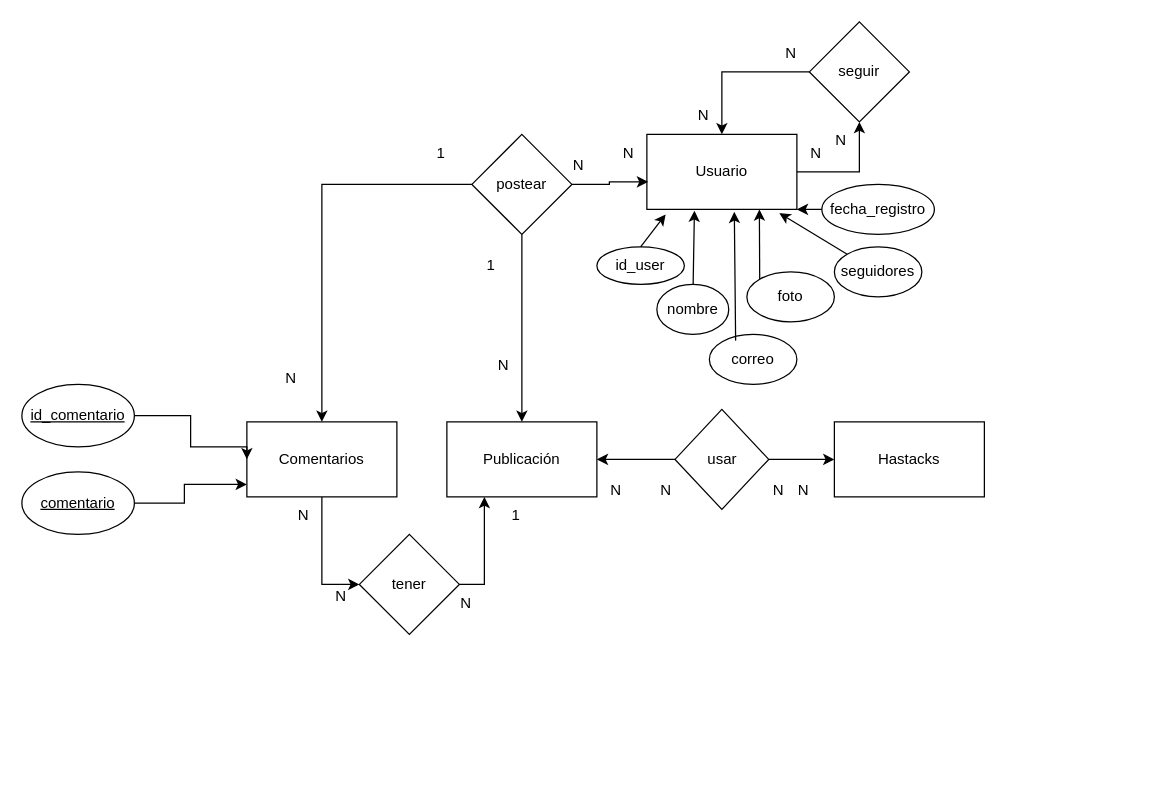
adriii28/amr-tsys-C3U12-11102023 keeps this draw.io diagram as ej16.drawio. Above is the earlier version. Source tidied: cells renumbered, new cells numbered last; positions are measured from the earlier drawing's top-left corner, leaving out a move shared by most shapes. Both pictures are drawn from the tidied source at 125%, with x=0, y=0 at pixel (21, 21).
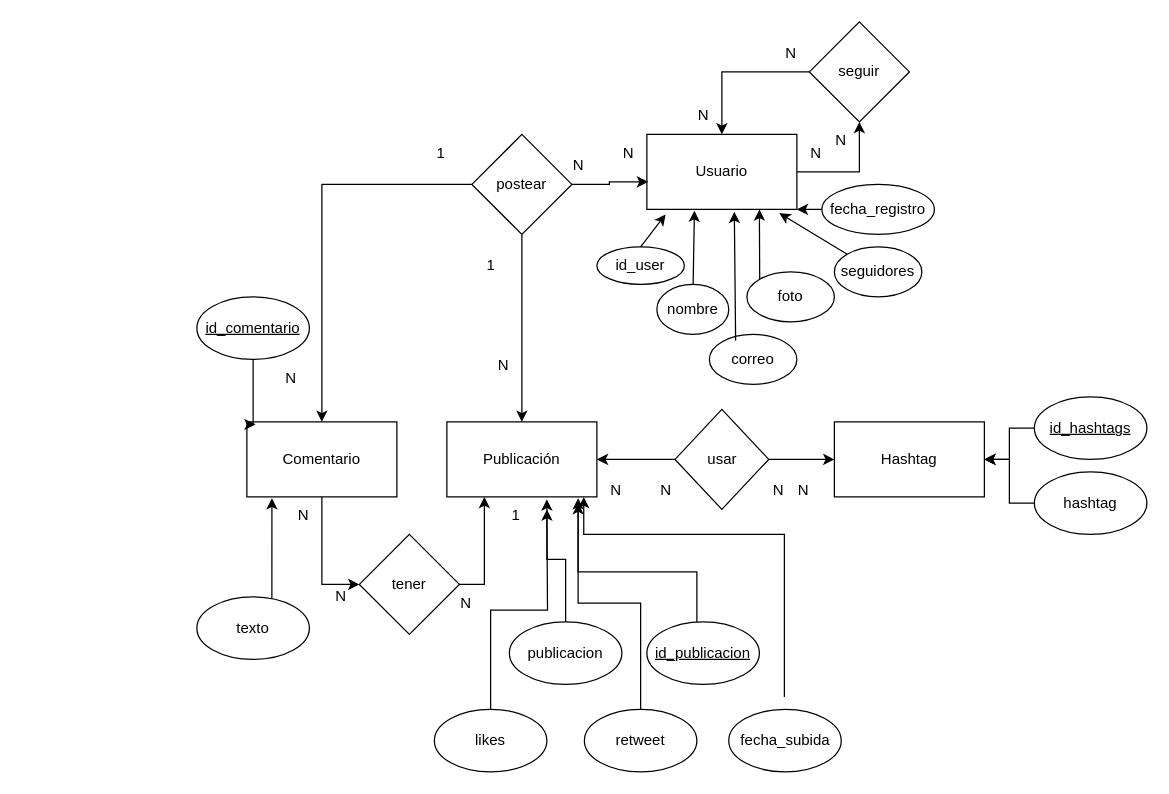
After the change.

Unchanged cells that the change refers to:
```xml
<mxCell id="4" value="Publicación" style="rounded=0;whiteSpace=wrap;html=1;" parent="1" vertex="1">
  <mxGeometry x="340" y="320" width="120" height="60" as="geometry" />
</mxCell>
```

Diff of the diagram source:
```diff
@@
-    <mxCell id="5" value="&lt;div&gt;Hastacks&lt;/div&gt;" style="rounded=0;whiteSpace=wrap;html=1;" parent="1" vertex="1">
+    <mxCell id="5" value="&lt;div&gt;Hashtag&lt;/div&gt;" style="rounded=0;whiteSpace=wrap;html=1;" parent="1" vertex="1">
       <mxGeometry x="650" y="320" width="120" height="60" as="geometry" />
     </mxCell>
@@
-    <mxCell id="36" value="Comentarios" style="rounded=0;whiteSpace=wrap;html=1;" parent="1" vertex="1">
+    <mxCell id="36" value="&lt;div&gt;Comentario&lt;/div&gt;" style="rounded=0;whiteSpace=wrap;html=1;" parent="1" vertex="1">
       <mxGeometry x="180" y="320" width="120" height="60" as="geometry" />
     </mxCell>
@@
-    <mxCell id="46" style="edgeStyle=orthogonalEdgeStyle;rounded=0;jettySize=auto;html=1;entryX=0;entryY=0.5;entryDx=0;entryDy=0;" parent="1" edge="1" source="48" target="36">
+    <mxCell id="46" style="edgeStyle=orthogonalEdgeStyle;rounded=0;jettySize=auto;html=1;entryX=0.058;entryY=0.033;entryDx=0;entryDy=0;entryPerimeter=0;" parent="1" edge="1" source="48" target="36">
       <mxGeometry relative="1" as="geometry">
         <Array as="points">
-          <mxPoint x="135" y="315" />
-          <mxPoint x="135" y="340" />
-          <mxPoint x="180" y="340" />
+          <mxPoint x="185" y="322" />
         </Array>
       </mxGeometry>
     </mxCell>
@@
     <mxCell id="48" value="&lt;u&gt;id_comentario&lt;/u&gt;" style="ellipse;whiteSpace=wrap;html=1;" parent="1" vertex="1">
-      <mxGeometry y="290" width="90" height="50" as="geometry" />
+      <mxGeometry x="140" y="220" width="90" height="50" as="geometry" />
     </mxCell>
@@
-    <mxCell id="50" style="edgeStyle=orthogonalEdgeStyle;rounded=0;jettySize=auto;html=1;" parent="1" edge="1" source="52" target="36">
+    <mxCell id="50" style="edgeStyle=orthogonalEdgeStyle;rounded=0;jettySize=auto;html=1;entryX=0.167;entryY=1.017;entryDx=0;entryDy=0;entryPerimeter=0;" parent="1" edge="1" source="52" target="36">
       <mxGeometry relative="1" as="geometry">
         <Array as="points">
-          <mxPoint x="130" y="385" />
-          <mxPoint x="130" y="370" />
+          <mxPoint x="200" y="440" />
+          <mxPoint x="200" y="440" />
         </Array>
       </mxGeometry>
     </mxCell>
@@
-    <mxCell id="52" value="&lt;u&gt;comentario&lt;/u&gt;" style="ellipse;whiteSpace=wrap;html=1;" parent="1" vertex="1">
-      <mxGeometry y="360" width="90" height="50" as="geometry" />
+    <mxCell id="52" value="texto" style="ellipse;whiteSpace=wrap;html=1;fontStyle=0;" parent="1" vertex="1">
+      <mxGeometry x="140" y="460" width="90" height="50" as="geometry" />
     </mxCell>
+    <mxCell id="53" value="&lt;u&gt;id_publicacion&lt;br&gt;&lt;/u&gt;" style="ellipse;whiteSpace=wrap;html=1;" parent="1" vertex="1">
+      <mxGeometry x="500" y="480" width="90" height="50" as="geometry" />
+    </mxCell>
+    <mxCell id="54" value="&lt;span&gt;publicacion&lt;br&gt;&lt;/span&gt;" style="ellipse;whiteSpace=wrap;html=1;fontStyle=0;" parent="1" vertex="1">
+      <mxGeometry x="390" y="480" width="90" height="50" as="geometry" />
+    </mxCell>
+    <mxCell id="55" style="edgeStyle=orthogonalEdgeStyle;rounded=0;jettySize=auto;html=1;entryX=0.667;entryY=1.033;entryDx=0;entryDy=0;entryPerimeter=0;" parent="1" edge="1" source="54" target="4">
+      <mxGeometry relative="1" as="geometry" />
+    </mxCell>
+    <mxCell id="56" style="edgeStyle=orthogonalEdgeStyle;rounded=0;jettySize=auto;html=1;entryX=0.875;entryY=1.017;entryDx=0;entryDy=0;entryPerimeter=0;" parent="1" edge="1" source="53" target="4">
+      <mxGeometry relative="1" as="geometry">
+        <Array as="points">
+          <mxPoint x="540" y="440" />
+          <mxPoint x="445" y="440" />
+        </Array>
+      </mxGeometry>
+    </mxCell>
+    <mxCell id="57" style="edgeStyle=orthogonalEdgeStyle;rounded=0;jettySize=auto;html=1;entryX=1;entryY=0.5;entryDx=0;entryDy=0;" parent="1" edge="1" source="58" target="5">
+      <mxGeometry relative="1" as="geometry" />
+    </mxCell>
+    <mxCell id="58" value="&lt;u&gt;id_hashtags&lt;br&gt;&lt;/u&gt;" style="ellipse;whiteSpace=wrap;html=1;" parent="1" vertex="1">
+      <mxGeometry x="810" y="300" width="90" height="50" as="geometry" />
+    </mxCell>
+    <mxCell id="59" style="edgeStyle=orthogonalEdgeStyle;rounded=0;jettySize=auto;html=1;entryX=1;entryY=0.5;entryDx=0;entryDy=0;" parent="1" edge="1" source="60" target="5">
+      <mxGeometry relative="1" as="geometry" />
+    </mxCell>
+    <mxCell id="60" value="&lt;span&gt;hashtag&lt;br&gt;&lt;/span&gt;" style="ellipse;whiteSpace=wrap;html=1;fontStyle=0;" parent="1" vertex="1">
+      <mxGeometry x="810" y="360" width="90" height="50" as="geometry" />
+    </mxCell>
+    <mxCell id="61" style="edgeStyle=orthogonalEdgeStyle;rounded=0;jettySize=auto;html=1;" parent="1" edge="1" source="62">
+      <mxGeometry relative="1" as="geometry">
+        <mxPoint x="420" y="390" as="targetPoint" />
+      </mxGeometry>
+    </mxCell>
+    <mxCell id="62" value="&lt;span&gt;likes&lt;br&gt;&lt;/span&gt;" style="ellipse;whiteSpace=wrap;html=1;fontStyle=0;" parent="1" vertex="1">
+      <mxGeometry x="330" y="550" width="90" height="50" as="geometry" />
+    </mxCell>
+    <mxCell id="63" value="&lt;span&gt;retweet&lt;br&gt;&lt;/span&gt;" style="ellipse;whiteSpace=wrap;html=1;fontStyle=0;" parent="1" vertex="1">
+      <mxGeometry x="450" y="550" width="90" height="50" as="geometry" />
+    </mxCell>
+    <mxCell id="64" style="edgeStyle=orthogonalEdgeStyle;rounded=0;orthogonalLoop=1;jettySize=auto;html=1;" parent="1" edge="1">
+      <mxGeometry relative="1" as="geometry">
+        <mxPoint x="610" y="540" as="sourcePoint" />
+        <mxPoint x="449.5" y="380" as="targetPoint" />
+        <Array as="points">
+          <mxPoint x="610.5" y="410" />
+          <mxPoint x="449.5" y="410" />
+        </Array>
+      </mxGeometry>
+    </mxCell>
+    <mxCell id="65" value="&lt;span&gt;fecha_subida&lt;br&gt;&lt;/span&gt;" style="ellipse;whiteSpace=wrap;html=1;fontStyle=0;" parent="1" vertex="1">
+      <mxGeometry x="565.5" y="550" width="90" height="50" as="geometry" />
+    </mxCell>
+    <mxCell id="66" style="edgeStyle=orthogonalEdgeStyle;rounded=0;jettySize=auto;html=1;entryX=0.875;entryY=1.083;entryDx=0;entryDy=0;entryPerimeter=0;" parent="1" edge="1" source="63" target="4">
+      <mxGeometry relative="1" as="geometry" />
+    </mxCell>
```
